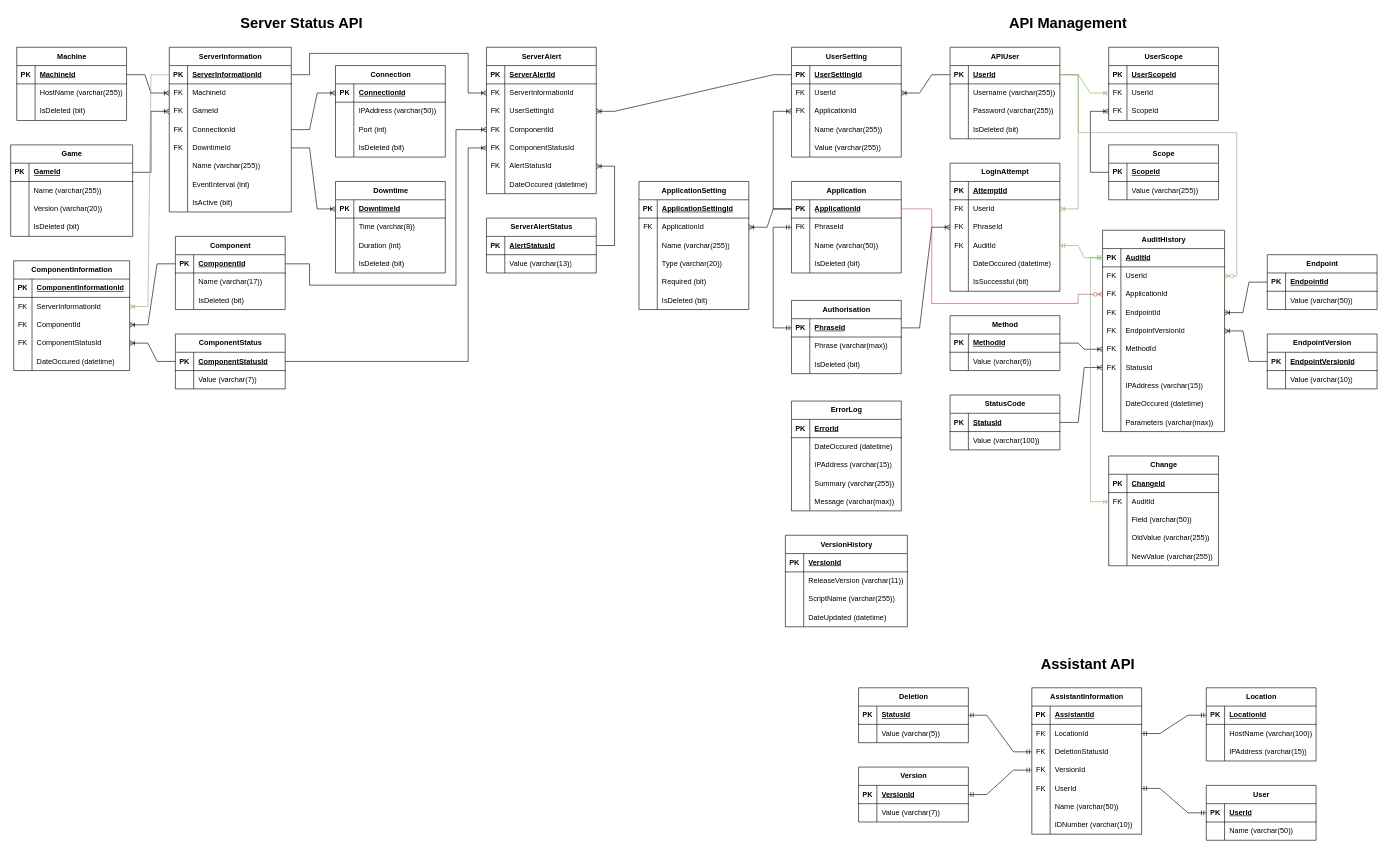
Before: Database ERD.drawio in LegendarySpork9/Hunter-Industries-API, a draw.io diagram. Source tidied: cells renumbered, new cells numbered last; positions are measured from the earlier drawing's top-left corner, leaving out a move shared by most shapes. Both pictures are drawn from the tidied source at 61%, with x=0, y=0 at pixel (10, 10).
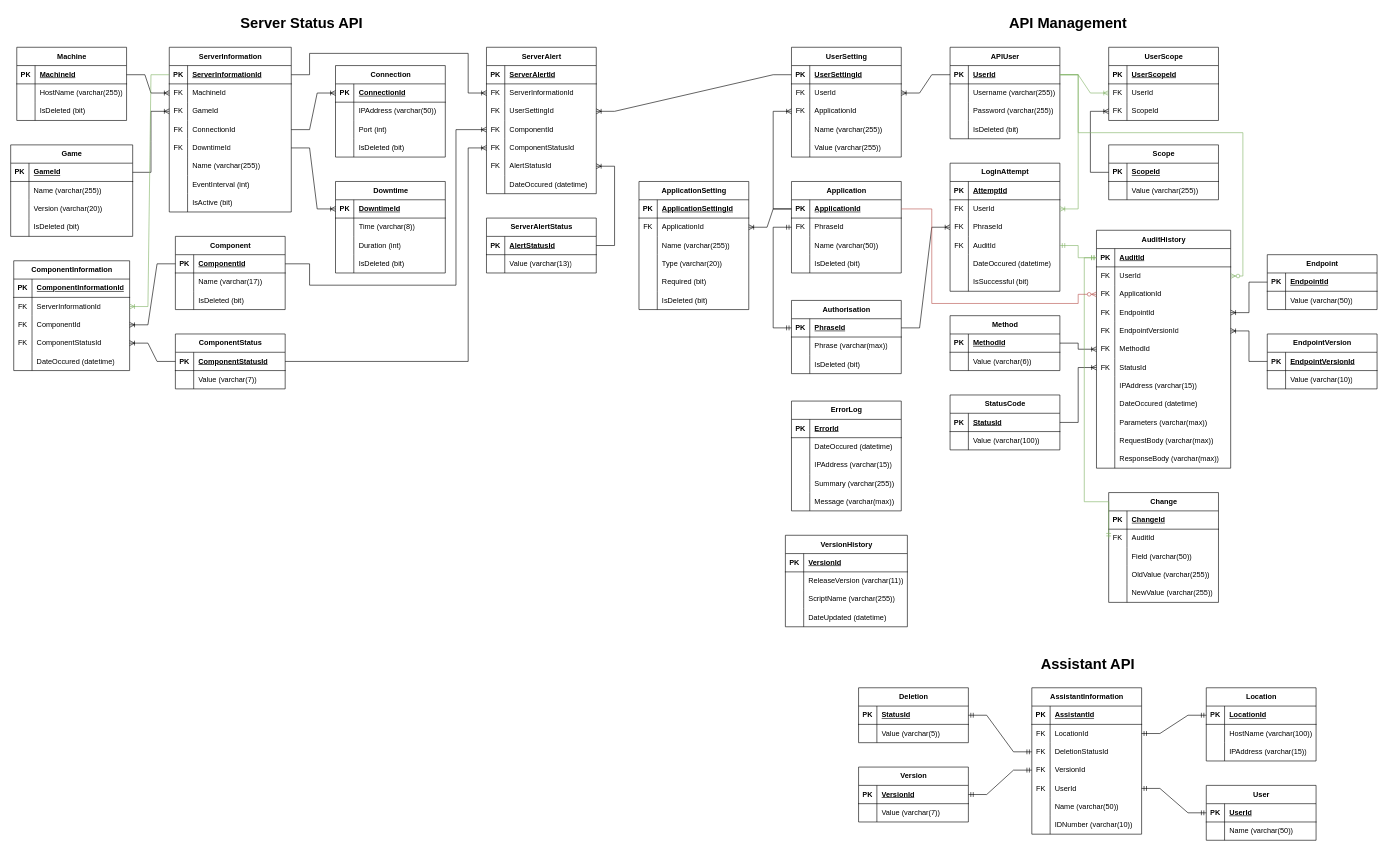
Above is the later version.

Unchanged cells that the change refers to:
```xml
<mxCell id="115" style="shape=tableRow;horizontal=0;startSize=0;swimlaneHead=0;swimlaneBody=0;fillColor=none;points=[[0,0.5],[1,0.5]];portConstraint=eastwest;top=0;left=0;right=0;bottom=1;" parent="114" vertex="1">
  <mxGeometry y="30" width="180" height="30" as="geometry" />
</mxCell>
<mxCell id="131" style="shape=tableRow;horizontal=0;startSize=0;swimlaneHead=0;swimlaneBody=0;fillColor=none;points=[[0,0.5],[1,0.5]];portConstraint=eastwest;top=0;left=0;right=0;bottom=0;" parent="127" vertex="1">
  <mxGeometry y="60" width="180" height="30" as="geometry" />
</mxCell>
```

The edit, as a diff of the source:
```diff
@@
     <mxCell id="69" value="AuditHistory" style="shape=table;startSize=30;childLayout=tableLayout;rowLines=0;fontStyle=1;align=center;html=1;" parent="1" vertex="1">
-      <mxGeometry x="1790" y="360" width="200" height="330" as="geometry" />
+      <mxGeometry x="1780" y="360" width="220" height="390" as="geometry" />
     </mxCell>
     <mxCell id="70" style="shape=tableRow;horizontal=0;startSize=0;swimlaneHead=0;swimlaneBody=0;fillColor=none;points=[[0,0.5],[1,0.5]];portConstraint=eastwest;top=0;left=0;right=0;bottom=1;" parent="69" vertex="1">
-      <mxGeometry y="30" width="200" height="30" as="geometry" />
+      <mxGeometry y="30" width="220" height="30" as="geometry" />
     </mxCell>
@@
     <mxCell id="72" value="AuditId" style="shape=partialRectangle;fillColor=none;top=0;left=0;bottom=0;right=0;align=left;spacingLeft=6;fontStyle=5;overflow=hidden;whiteSpace=wrap;html=1;" parent="70" vertex="1">
-      <mxGeometry x="30" width="170" height="30" as="geometry" />
+      <mxGeometry x="30" width="190" height="30" as="geometry" />
     </mxCell>
     <mxCell id="73" style="shape=tableRow;horizontal=0;startSize=0;swimlaneHead=0;swimlaneBody=0;fillColor=none;points=[[0,0.5],[1,0.5]];portConstraint=eastwest;top=0;left=0;right=0;bottom=0;" parent="69" vertex="1">
-      <mxGeometry y="60" width="200" height="30" as="geometry" />
+      <mxGeometry y="60" width="220" height="30" as="geometry" />
     </mxCell>
@@
     <mxCell id="75" value="UserId" style="shape=partialRectangle;fillColor=none;top=0;left=0;bottom=0;right=0;align=left;spacingLeft=6;overflow=hidden;whiteSpace=wrap;html=1;" parent="73" vertex="1">
-      <mxGeometry x="30" width="170" height="30" as="geometry" />
+      <mxGeometry x="30" width="190" height="30" as="geometry" />
     </mxCell>
     <mxCell id="76" style="shape=tableRow;horizontal=0;startSize=0;swimlaneHead=0;swimlaneBody=0;fillColor=none;points=[[0,0.5],[1,0.5]];portConstraint=eastwest;top=0;left=0;right=0;bottom=0;" parent="69" vertex="1">
-      <mxGeometry y="90" width="200" height="30" as="geometry" />
+      <mxGeometry y="90" width="220" height="30" as="geometry" />
     </mxCell>
@@
     <mxCell id="78" value="ApplicationId" style="shape=partialRectangle;fillColor=none;top=0;left=0;bottom=0;right=0;align=left;spacingLeft=6;overflow=hidden;whiteSpace=wrap;html=1;" parent="76" vertex="1">
-      <mxGeometry x="30" width="170" height="30" as="geometry" />
+      <mxGeometry x="30" width="190" height="30" as="geometry" />
     </mxCell>
     <mxCell id="79" style="shape=tableRow;horizontal=0;startSize=0;swimlaneHead=0;swimlaneBody=0;fillColor=none;points=[[0,0.5],[1,0.5]];portConstraint=eastwest;top=0;left=0;right=0;bottom=0;" parent="69" vertex="1">
-      <mxGeometry y="120" width="200" height="30" as="geometry" />
+      <mxGeometry y="120" width="220" height="30" as="geometry" />
     </mxCell>
@@
     <mxCell id="81" value="EndpointId" style="shape=partialRectangle;fillColor=none;top=0;left=0;bottom=0;right=0;align=left;spacingLeft=6;overflow=hidden;whiteSpace=wrap;html=1;" parent="79" vertex="1">
-      <mxGeometry x="30" width="170" height="30" as="geometry" />
+      <mxGeometry x="30" width="190" height="30" as="geometry" />
     </mxCell>
     <mxCell id="82" style="shape=tableRow;horizontal=0;startSize=0;swimlaneHead=0;swimlaneBody=0;fillColor=none;points=[[0,0.5],[1,0.5]];portConstraint=eastwest;top=0;left=0;right=0;bottom=0;" parent="69" vertex="1">
-      <mxGeometry y="150" width="200" height="30" as="geometry" />
+      <mxGeometry y="150" width="220" height="30" as="geometry" />
     </mxCell>
@@
     <mxCell id="84" value="EndpointVersionId" style="shape=partialRectangle;fillColor=none;top=0;left=0;bottom=0;right=0;align=left;spacingLeft=6;overflow=hidden;whiteSpace=wrap;html=1;" parent="82" vertex="1">
-      <mxGeometry x="30" width="170" height="30" as="geometry" />
+      <mxGeometry x="30" width="190" height="30" as="geometry" />
     </mxCell>
     <mxCell id="85" style="shape=tableRow;horizontal=0;startSize=0;swimlaneHead=0;swimlaneBody=0;fillColor=none;points=[[0,0.5],[1,0.5]];portConstraint=eastwest;top=0;left=0;right=0;bottom=0;" parent="69" vertex="1">
-      <mxGeometry y="180" width="200" height="30" as="geometry" />
+      <mxGeometry y="180" width="220" height="30" as="geometry" />
     </mxCell>
@@
     <mxCell id="87" value="MethodId" style="shape=partialRectangle;fillColor=none;top=0;left=0;bottom=0;right=0;align=left;spacingLeft=6;overflow=hidden;whiteSpace=wrap;html=1;" parent="85" vertex="1">
-      <mxGeometry x="30" width="170" height="30" as="geometry" />
+      <mxGeometry x="30" width="190" height="30" as="geometry" />
     </mxCell>
     <mxCell id="88" style="shape=tableRow;horizontal=0;startSize=0;swimlaneHead=0;swimlaneBody=0;fillColor=none;points=[[0,0.5],[1,0.5]];portConstraint=eastwest;top=0;left=0;right=0;bottom=0;" parent="69" vertex="1">
-      <mxGeometry y="210" width="200" height="30" as="geometry" />
+      <mxGeometry y="210" width="220" height="30" as="geometry" />
     </mxCell>
@@
     <mxCell id="90" value="StatusId" style="shape=partialRectangle;fillColor=none;top=0;left=0;bottom=0;right=0;align=left;spacingLeft=6;overflow=hidden;whiteSpace=wrap;html=1;" parent="88" vertex="1">
-      <mxGeometry x="30" width="170" height="30" as="geometry" />
+      <mxGeometry x="30" width="190" height="30" as="geometry" />
     </mxCell>
     <mxCell id="91" style="shape=tableRow;horizontal=0;startSize=0;swimlaneHead=0;swimlaneBody=0;fillColor=none;top=0;left=0;right=0;bottom=0;" parent="69" vertex="1">
-      <mxGeometry y="240" width="200" height="30" as="geometry" />
+      <mxGeometry y="240" width="220" height="30" as="geometry" />
     </mxCell>
@@
     <mxCell id="93" value="IPAddress (varchar(15))" style="shape=partialRectangle;fillColor=none;top=0;left=0;bottom=0;right=0;align=left;spacingLeft=6;overflow=hidden;whiteSpace=wrap;html=1;" parent="91" vertex="1">
-      <mxGeometry x="30" width="170" height="30" as="geometry" />
+      <mxGeometry x="30" width="190" height="30" as="geometry" />
     </mxCell>
     <mxCell id="94" style="shape=tableRow;horizontal=0;startSize=0;swimlaneHead=0;swimlaneBody=0;fillColor=none;top=0;left=0;right=0;bottom=0;" parent="69" vertex="1">
-      <mxGeometry y="270" width="200" height="30" as="geometry" />
+      <mxGeometry y="270" width="220" height="30" as="geometry" />
     </mxCell>
@@
     <mxCell id="96" value="DateOccured (datetime)" style="shape=partialRectangle;fillColor=none;top=0;left=0;bottom=0;right=0;align=left;spacingLeft=6;overflow=hidden;whiteSpace=wrap;html=1;" parent="94" vertex="1">
-      <mxGeometry x="30" width="170" height="30" as="geometry" />
+      <mxGeometry x="30" width="190" height="30" as="geometry" />
     </mxCell>
     <mxCell id="97" style="shape=tableRow;horizontal=0;startSize=0;swimlaneHead=0;swimlaneBody=0;fillColor=none;top=0;left=0;right=0;bottom=0;" parent="69" vertex="1">
-      <mxGeometry y="300" width="200" height="30" as="geometry" />
+      <mxGeometry y="300" width="220" height="30" as="geometry" />
     </mxCell>
@@
     <mxCell id="99" value="Parameters (varchar(max))" style="shape=partialRectangle;fillColor=none;top=0;left=0;bottom=0;right=0;align=left;spacingLeft=6;overflow=hidden;whiteSpace=wrap;html=1;" parent="97" vertex="1">
-      <mxGeometry x="30" width="170" height="30" as="geometry" />
+      <mxGeometry x="30" width="190" height="30" as="geometry" />
     </mxCell>
+    <mxCell id="437" style="shape=tableRow;horizontal=0;startSize=0;swimlaneHead=0;swimlaneBody=0;fillColor=none;top=0;left=0;right=0;bottom=0;" parent="69" vertex="1">
+      <mxGeometry y="330" width="220" height="30" as="geometry" />
+    </mxCell>
+    <mxCell id="438" style="shape=partialRectangle;fillColor=none;top=0;left=0;bottom=0;right=0;overflow=hidden;whiteSpace=wrap;html=1;" parent="437" vertex="1">
+      <mxGeometry width="30" height="30" as="geometry" />
+    </mxCell>
+    <mxCell id="439" value="RequestBody (varchar(max))" style="shape=partialRectangle;fillColor=none;top=0;left=0;bottom=0;right=0;align=left;spacingLeft=6;overflow=hidden;whiteSpace=wrap;html=1;" parent="437" vertex="1">
+      <mxGeometry x="30" width="190" height="30" as="geometry" />
+    </mxCell>
+    <mxCell id="440" style="shape=tableRow;horizontal=0;startSize=0;swimlaneHead=0;swimlaneBody=0;fillColor=none;top=0;left=0;right=0;bottom=0;" parent="69" vertex="1">
+      <mxGeometry y="360" width="220" height="30" as="geometry" />
+    </mxCell>
+    <mxCell id="441" style="shape=partialRectangle;fillColor=none;top=0;left=0;bottom=0;right=0;overflow=hidden;whiteSpace=wrap;html=1;" parent="440" vertex="1">
+      <mxGeometry width="30" height="30" as="geometry" />
+    </mxCell>
+    <mxCell id="442" value="ResponseBody (varchar(max))" style="shape=partialRectangle;fillColor=none;top=0;left=0;bottom=0;right=0;align=left;spacingLeft=6;overflow=hidden;whiteSpace=wrap;html=1;" parent="440" vertex="1">
+      <mxGeometry x="30" width="190" height="30" as="geometry" />
+    </mxCell>
@@
     <mxCell id="127" value="Change" style="shape=table;startSize=30;childLayout=tableLayout;rowLines=0;fontStyle=1;align=center;html=1;" parent="1" vertex="1">
-      <mxGeometry x="1800" y="730" width="180" height="180" as="geometry" />
+      <mxGeometry x="1800" y="790" width="180" height="180" as="geometry" />
     </mxCell>
@@
     <mxCell id="238" style="edgeStyle=orthogonalEdgeStyle;fontSize=12;html=1;endArrow=ERmandOne;startArrow=ERmandOne;rounded=0;entryX=0;entryY=0.5;entryDx=0;entryDy=0;exitX=0;exitY=0.5;exitDx=0;exitDy=0;fillColor=#d5e8d4;strokeColor=#82b366;" parent="1" edge="1" source="131" target="70">
       <mxGeometry relative="1" as="geometry">
         <Array as="points">
-          <mxPoint x="1770" y="805" />
-          <mxPoint x="1770" y="405" />
+          <mxPoint x="1800" y="805" />
+          <mxPoint x="1760" y="805" />
+          <mxPoint x="1760" y="405" />
         </Array>
       </mxGeometry>
     </mxCell>
@@
     <mxCell id="415" style="edgeStyle=orthogonalEdgeStyle;fontSize=12;html=1;endArrow=ERzeroToMany;endFill=1;rounded=0;exitX=1;exitY=0.5;exitDx=0;exitDy=0;entryX=1;entryY=0.5;entryDx=0;entryDy=0;fillColor=#d5e8d4;strokeColor=#82b366;" parent="1" edge="1" source="115" target="73">
       <mxGeometry relative="1" as="geometry">
         <Array as="points">
           <mxPoint x="1750" y="105" />
           <mxPoint x="1750" y="200" />
-          <mxPoint x="2010" y="200" />
-          <mxPoint x="2010" y="435" />
+          <mxPoint x="2020" y="200" />
+          <mxPoint x="2020" y="435" />
         </Array>
       </mxGeometry>
     </mxCell>
```
